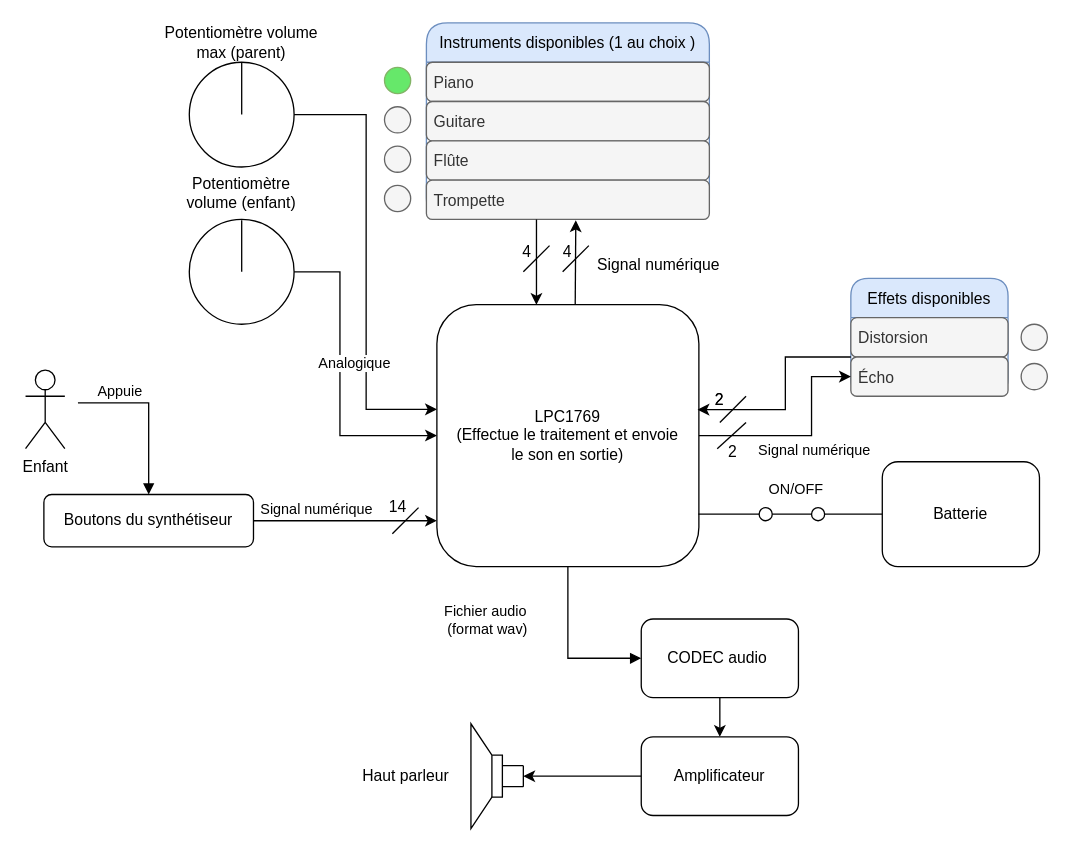
Above: Schemas/Schema_fonctionnel.drawio in Ithoh/ProjetSynthe (draw.io), before the change. Source tidied: cells renumbered, new cells numbered last; positions are measured from the earlier drawing's top-left corner, leaving out a move shared by most shapes. Both pictures are drawn from the tidied source at 131%, with x=0, y=0 at pixel (25, 22).
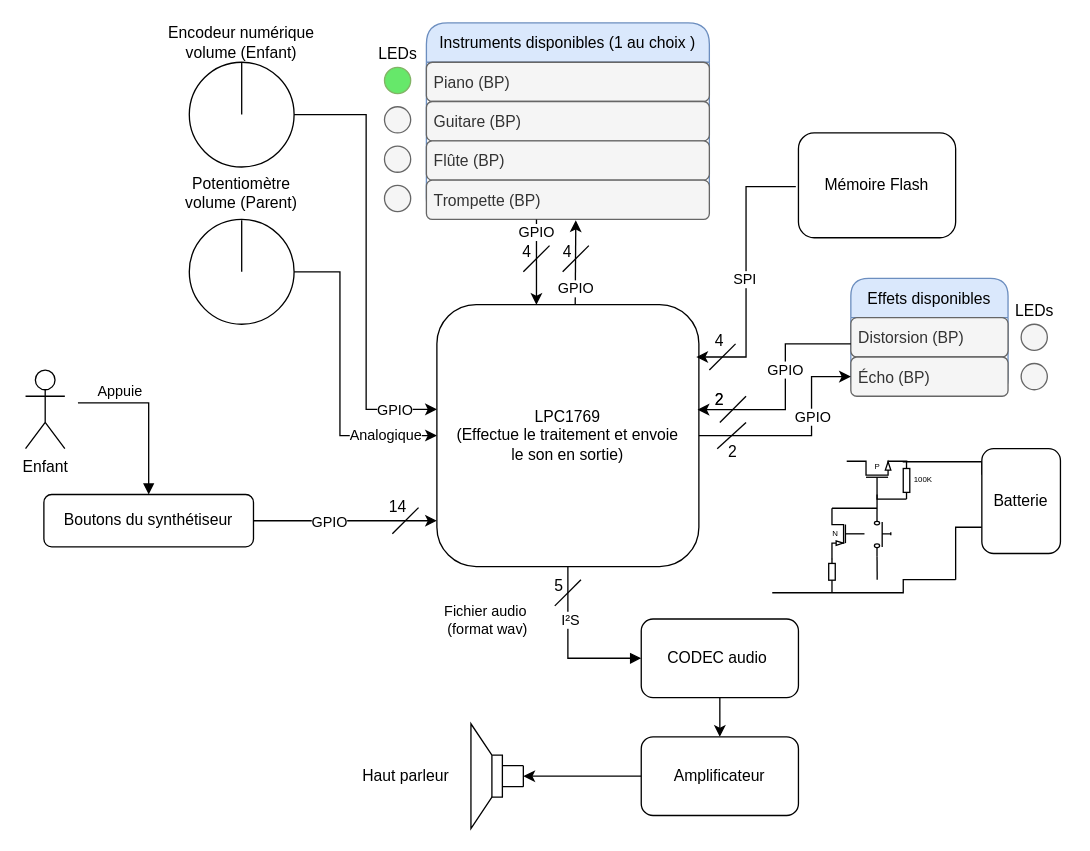
The same diagram, later.

Unchanged cells that the change refers to:
```xml
<mxCell id="2" style="edgeStyle=orthogonalEdgeStyle;rounded=0;jettySize=auto;html=1;" parent="1" edge="1" source="4">
  <mxGeometry relative="1" as="geometry">
    <mxPoint x="314" y="380" as="targetPoint" />
  </mxGeometry>
</mxCell>
<mxCell id="5" style="edgeStyle=orthogonalEdgeStyle;rounded=0;jettySize=auto;html=1;endArrow=block;endFill=1;" parent="1" edge="1" source="7">
  <mxGeometry relative="1" as="geometry">
    <mxPoint x="470" y="485" as="targetPoint" />
    <Array as="points">
      <mxPoint x="414" y="485" />
    </Array>
  </mxGeometry>
</mxCell>
<mxCell id="7" value="LPC1769&lt;br&gt;(Effectue le traitement et envoie&lt;br&gt;le son en sortie)" style="rounded=1;whiteSpace=wrap;html=1;align=center;" parent="1" vertex="1">
  <mxGeometry x="314" y="215" width="200" height="200" as="geometry" />
</mxCell>
<mxCell id="8" value="Instruments disponibles (1 au choix )" style="swimlane;fontStyle=0;horizontal=1;startSize=30;rounded=1;arcSize=18;fillColor=#dae8fc;strokeColor=#6c8ebf;" parent="1" vertex="1">
  <mxGeometry x="306" width="216" height="150" as="geometry" />
</mxCell>
<mxCell id="17" value="Effets disponibles" style="swimlane;fontStyle=0;horizontal=1;startSize=30;rounded=1;fillColor=#dae8fc;strokeColor=#6c8ebf;" parent="1" vertex="1">
  <mxGeometry x="630" y="195" width="120" height="90" as="geometry" />
</mxCell>
<mxCell id="32" style="edgeStyle=orthogonalEdgeStyle;rounded=0;jettySize=auto;html=1;" parent="1" edge="1" source="33">
  <mxGeometry relative="1" as="geometry">
    <mxPoint x="314" y="295" as="targetPoint" />
    <Array as="points">
      <mxPoint x="260" y="70" />
      <mxPoint x="260" y="295" />
      <mxPoint x="314" y="295" />
    </Array>
  </mxGeometry>
</mxCell>
<mxCell id="36" style="edgeStyle=orthogonalEdgeStyle;rounded=0;jettySize=auto;html=1;entryX=0;entryY=0.5;entryDx=0;entryDy=0;" parent="1" edge="1" source="38" target="7">
  <mxGeometry relative="1" as="geometry">
    <Array as="points">
      <mxPoint x="240" y="190" />
      <mxPoint x="240" y="315" />
    </Array>
  </mxGeometry>
</mxCell>
<mxCell id="43" style="endArrow=classic;html=1;rounded=0;exitX=0.528;exitY=0;exitDx=0;exitDy=0;exitPerimeter=0;entryX=0.528;entryY=1.022;entryDx=0;entryDy=0;entryPerimeter=0;" parent="1" edge="1" source="7" target="12">
  <mxGeometry relative="1" as="geometry" />
</mxCell>
<mxCell id="45" style="edgeStyle=orthogonalEdgeStyle;rounded=0;jettySize=auto;html=1;entryX=1;entryY=0.5;entryDx=0;entryDy=0;startArrow=classic;startFill=1;endArrow=none;endFill=0;" parent="1" edge="1" source="19" target="7">
  <mxGeometry relative="1" as="geometry">
    <Array as="points">
      <mxPoint x="600" y="270" />
      <mxPoint x="600" y="315" />
    </Array>
  </mxGeometry>
</mxCell>
<mxCell id="50" style="endArrow=classic;html=1;rounded=0;exitX=0.389;exitY=1.004;exitDx=0;exitDy=0;exitPerimeter=0;entryX=0.38;entryY=0.001;entryDx=0;entryDy=0;entryPerimeter=0;" parent="1" edge="1" source="12" target="7">
  <mxGeometry relative="1" as="geometry" />
</mxCell>
```

The edit, as a diff of the source:
```diff
@@
-    <mxCell id="3" value="Signal numérique" style="edgeLabel;html=1;align=center;verticalAlign=middle;" parent="2" vertex="1">
-      <mxGeometry x="-0.18" relative="1" as="geometry">
-        <mxPoint x="-11" y="-10" as="offset" />
-      </mxGeometry>
-    </mxCell>
+    <mxCell id="63" value="GPIO" style="edgeLabel;html=1;align=center;verticalAlign=middle;" parent="2" vertex="1">
+      <mxGeometry x="-0.19" relative="1" as="geometry" />
+    </mxCell>
@@
+    <mxCell id="64" value="I²S" style="edgeLabel;html=1;align=center;verticalAlign=middle;" parent="5" vertex="1">
+      <mxGeometry x="-0.37" y="1" relative="1" as="geometry" />
+    </mxCell>
@@
-    <mxCell id="9" value="Piano" style="text;strokeColor=#666666;fillColor=#f5f5f5;align=left;verticalAlign=middle;spacingLeft=4;spacingRight=4;overflow=hidden;rounded=1;fontColor=#333333;" parent="8" vertex="1">
+    <mxCell id="9" value="Piano (BP)" style="text;strokeColor=#666666;fillColor=#f5f5f5;align=left;verticalAlign=middle;spacingLeft=4;spacingRight=4;overflow=hidden;rounded=1;fontColor=#333333;" parent="8" vertex="1">
       <mxGeometry y="30" width="216" height="30" as="geometry" />
     </mxCell>
-    <mxCell id="10" value="Guitare" style="text;strokeColor=#666666;fillColor=#f5f5f5;align=left;verticalAlign=middle;spacingLeft=4;spacingRight=4;overflow=hidden;rounded=1;fontColor=#333333;" parent="8" vertex="1">
+    <mxCell id="10" value="Guitare (BP)" style="text;strokeColor=#666666;fillColor=#f5f5f5;align=left;verticalAlign=middle;spacingLeft=4;spacingRight=4;overflow=hidden;rounded=1;fontColor=#333333;" parent="8" vertex="1">
       <mxGeometry y="60" width="216" height="30" as="geometry" />
     </mxCell>
-    <mxCell id="11" value="Flûte" style="text;strokeColor=#666666;fillColor=#f5f5f5;align=left;verticalAlign=middle;spacingLeft=4;spacingRight=4;overflow=hidden;rounded=1;fontColor=#333333;" parent="8" vertex="1">
+    <mxCell id="11" value="Flûte (BP)" style="text;strokeColor=#666666;fillColor=#f5f5f5;align=left;verticalAlign=middle;spacingLeft=4;spacingRight=4;overflow=hidden;rounded=1;fontColor=#333333;" parent="8" vertex="1">
       <mxGeometry y="90" width="216" height="30" as="geometry" />
     </mxCell>
-    <mxCell id="12" value="Trompette" style="text;strokeColor=#666666;fillColor=#f5f5f5;align=left;verticalAlign=middle;spacingLeft=4;spacingRight=4;overflow=hidden;points=[[0,0.5],[1,0.5]];portConstraint=eastwest;rounded=1;fontColor=#333333;" parent="8" vertex="1">
+    <mxCell id="12" value="Trompette (BP)" style="text;strokeColor=#666666;fillColor=#f5f5f5;align=left;verticalAlign=middle;spacingLeft=4;spacingRight=4;overflow=hidden;points=[[0,0.5],[1,0.5]];portConstraint=eastwest;rounded=1;fontColor=#333333;" parent="8" vertex="1">
       <mxGeometry y="120" width="216" height="30" as="geometry" />
     </mxCell>
@@
-    <mxCell id="18" value="Distorsion" style="text;strokeColor=#666666;fillColor=#f5f5f5;align=left;verticalAlign=middle;spacingLeft=4;spacingRight=4;overflow=hidden;points=[[0,0.5],[1,0.5]];portConstraint=eastwest;rounded=1;fontColor=#333333;" parent="17" vertex="1">
+    <mxCell id="18" value="Distorsion (BP)" style="text;strokeColor=#666666;fillColor=#f5f5f5;align=left;verticalAlign=middle;spacingLeft=4;spacingRight=4;overflow=hidden;points=[[0,0.5],[1,0.5]];portConstraint=eastwest;rounded=1;fontColor=#333333;" parent="17" vertex="1">
       <mxGeometry y="30" width="120" height="30" as="geometry" />
     </mxCell>
-    <mxCell id="19" value="Écho" style="text;strokeColor=#666666;fillColor=#f5f5f5;align=left;verticalAlign=middle;spacingLeft=4;spacingRight=4;overflow=hidden;points=[[0,0.5],[1,0.5]];portConstraint=eastwest;rounded=1;fontColor=#333333;" parent="17" vertex="1">
+    <mxCell id="19" value="Écho (BP)" style="text;strokeColor=#666666;fillColor=#f5f5f5;align=left;verticalAlign=middle;spacingLeft=4;spacingRight=4;overflow=hidden;points=[[0,0.5],[1,0.5]];portConstraint=eastwest;rounded=1;fontColor=#333333;" parent="17" vertex="1">
       <mxGeometry y="60" width="120" height="30" as="geometry" />
     </mxCell>
@@
-    <mxCell id="22" style="edgeStyle=orthogonalEdgeStyle;rounded=0;jettySize=auto;html=1;entryX=0.998;entryY=0.8;entryDx=0;entryDy=0;entryPerimeter=0;endArrow=none;endFill=0;" parent="1" edge="1" source="24" target="7">
-      <mxGeometry relative="1" as="geometry" />
-    </mxCell>
-    <mxCell id="23" value="ON/OFF" style="edgeLabel;html=1;align=center;verticalAlign=middle;" parent="22" vertex="1">
-      <mxGeometry x="-0.05" relative="1" as="geometry">
-        <mxPoint y="-20" as="offset" />
-      </mxGeometry>
-    </mxCell>
+    <mxCell id="65" style="edgeStyle=orthogonalEdgeStyle;rounded=0;jettySize=auto;html=1;exitX=0;exitY=0.25;exitDx=0;exitDy=0;entryX=1;entryY=0;entryDx=0;entryDy=0;entryPerimeter=0;endArrow=none;endFill=0;" parent="1" edge="1" source="24">
+      <mxGeometry relative="1" as="geometry">
+        <mxPoint x="669.6" y="335" as="targetPoint" />
+        <Array as="points">
+          <mxPoint x="730" y="335" />
+        </Array>
+      </mxGeometry>
+    </mxCell>
+    <mxCell id="66" style="edgeStyle=orthogonalEdgeStyle;rounded=0;jettySize=auto;html=1;exitX=0;exitY=0.75;exitDx=0;exitDy=0;fontSize=6;endArrow=none;endFill=0;" parent="1" edge="1" source="24">
+      <mxGeometry relative="1" as="geometry">
+        <mxPoint x="710" y="425" as="targetPoint" />
+      </mxGeometry>
+    </mxCell>
     <mxCell id="24" value="Batterie" style="rounded=1;whiteSpace=wrap;html=1;" parent="1" vertex="1">
-      <mxGeometry x="654" y="335" width="120" height="80" as="geometry" />
+      <mxGeometry x="730" y="325" width="60" height="80" as="geometry" />
     </mxCell>
-    <mxCell id="25" style="ellipse;whiteSpace=wrap;html=1;rounded=1;shadow=0;sketch=0;" parent="1" vertex="1">
-      <mxGeometry x="560" y="370" width="10" height="10" as="geometry" />
-    </mxCell>
-    <mxCell id="26" style="ellipse;whiteSpace=wrap;html=1;rounded=1;shadow=0;sketch=0;" parent="1" vertex="1">
-      <mxGeometry x="600" y="370" width="10" height="10" as="geometry" />
-    </mxCell>
@@
+    <mxCell id="67" value="GPIO" style="edgeLabel;html=1;align=center;verticalAlign=middle;" parent="32" vertex="1">
+      <mxGeometry x="0.8" relative="1" as="geometry" />
+    </mxCell>
@@
-    <mxCell id="35" value="Potentiomètre volume max (parent)" style="text;html=1;strokeColor=none;fillColor=none;align=center;verticalAlign=middle;whiteSpace=wrap;rounded=0;" parent="1" vertex="1">
+    <mxCell id="35" value="Encodeur numérique volume (Enfant)" style="text;html=1;strokeColor=none;fillColor=none;align=center;verticalAlign=middle;whiteSpace=wrap;rounded=0;" parent="1" vertex="1">
       <mxGeometry x="100" width="130" height="30" as="geometry" />
     </mxCell>
@@
     <mxCell id="37" value="Analogique" style="edgeLabel;html=1;align=center;verticalAlign=middle;" parent="36" vertex="1">
       <mxGeometry x="-0.1" y="-1" relative="1" as="geometry">
-        <mxPoint x="11" y="-1" as="offset" />
+        <mxPoint x="35" y="54" as="offset" />
       </mxGeometry>
     </mxCell>
@@
-    <mxCell id="40" value="Potentiomètre volume (enfant)" style="text;html=1;strokeColor=none;fillColor=none;align=center;verticalAlign=middle;whiteSpace=wrap;rounded=0;" parent="1" vertex="1">
+    <mxCell id="40" value="Potentiomètre volume (Parent)" style="text;html=1;strokeColor=none;fillColor=none;align=center;verticalAlign=middle;whiteSpace=wrap;rounded=0;" parent="1" vertex="1">
       <mxGeometry x="120" y="115" width="90" height="30" as="geometry" />
     </mxCell>
@@
+    <mxCell id="68" value="GPIO" style="edgeLabel;html=1;align=center;verticalAlign=middle;" parent="43" vertex="1">
+      <mxGeometry x="-0.6" relative="1" as="geometry" />
+    </mxCell>
@@
-    <mxCell id="46" value="Signal numérique" style="edgeLabel;html=1;align=center;verticalAlign=middle;" parent="45" vertex="1">
-      <mxGeometry x="0.52" relative="1" as="geometry">
-        <mxPoint x="48" y="10" as="offset" />
-      </mxGeometry>
-    </mxCell>
+    <mxCell id="69" value="GPIO" style="edgeLabel;html=1;align=center;verticalAlign=middle;" parent="45" vertex="1">
+      <mxGeometry x="-0.26" relative="1" as="geometry" />
+    </mxCell>
     <mxCell id="47" style="edgeStyle=orthogonalEdgeStyle;rounded=0;jettySize=auto;html=1;entryX=0.995;entryY=0.401;entryDx=0;entryDy=0;entryPerimeter=0;" parent="1" edge="1" source="18" target="7">
       <mxGeometry relative="1" as="geometry">
         <Array as="points">
-          <mxPoint x="580" y="255" />
+          <mxPoint x="580" y="245" />
           <mxPoint x="580" y="295" />
         </Array>
       </mxGeometry>
     </mxCell>
+    <mxCell id="70" value="GPIO" style="edgeLabel;html=1;align=center;verticalAlign=middle;" parent="47" vertex="1">
+      <mxGeometry x="-0.18" y="-1" relative="1" as="geometry" />
+    </mxCell>
@@
+    <mxCell id="71" value="GPIO" style="edgeLabel;html=1;align=center;verticalAlign=middle;" parent="50" vertex="1">
+      <mxGeometry x="-0.72" y="-1" relative="1" as="geometry" />
+    </mxCell>
@@
-    <mxCell id="52" value="Signal numérique" style="text;html=1;align=center;verticalAlign=middle;strokeColor=none;fillColor=none;" parent="1" vertex="1">
-      <mxGeometry x="428" y="175" width="110" height="20" as="geometry" />
-    </mxCell>
@@
+    <mxCell id="72" style="endArrow=none;html=1;rounded=0;" parent="1" edge="1">
+      <mxGeometry relative="1" as="geometry">
+        <mxPoint x="404" y="445" as="sourcePoint" />
+        <mxPoint x="424" y="425" as="targetPoint" />
+      </mxGeometry>
+    </mxCell>
+    <mxCell id="73" value="5" style="text;html=1;strokeColor=none;fillColor=none;align=center;verticalAlign=middle;whiteSpace=wrap;rounded=0;" parent="1" vertex="1">
+      <mxGeometry x="404" y="425" width="7" height="10" as="geometry" />
+    </mxCell>
+    <mxCell id="74" style="edgeStyle=orthogonalEdgeStyle;rounded=0;orthogonalLoop=1;jettySize=auto;html=1;" parent="1" edge="1">
+      <mxGeometry relative="1" as="geometry">
+        <mxPoint x="588" y="125" as="sourcePoint" />
+        <mxPoint x="512" y="255" as="targetPoint" />
+        <Array as="points">
+          <mxPoint x="550" y="125" />
+          <mxPoint x="550" y="255" />
+          <mxPoint x="512" y="255" />
+        </Array>
+      </mxGeometry>
+    </mxCell>
+    <mxCell id="75" value="SPI" style="edgeLabel;html=1;align=center;verticalAlign=middle;" parent="74" vertex="1">
+      <mxGeometry x="0.11" y="3" relative="1" as="geometry">
+        <mxPoint x="-5" y="-6" as="offset" />
+      </mxGeometry>
+    </mxCell>
+    <mxCell id="76" value="Mémoire Flash" style="rounded=1;whiteSpace=wrap;html=1;" parent="1" vertex="1">
+      <mxGeometry x="590" y="84" width="120" height="80" as="geometry" />
+    </mxCell>
+    <mxCell id="77" value="LEDs" style="text;html=1;align=center;verticalAlign=middle;strokeColor=none;fillColor=none;" parent="1" vertex="1">
+      <mxGeometry x="259" y="14" width="50" height="20" as="geometry" />
+    </mxCell>
+    <mxCell id="78" value="LEDs" style="text;html=1;align=center;verticalAlign=middle;strokeColor=none;fillColor=none;" parent="1" vertex="1">
+      <mxGeometry x="745" y="210" width="50" height="20" as="geometry" />
+    </mxCell>
+    <mxCell id="79" style="endArrow=none;html=1;rounded=0;" parent="1" edge="1">
+      <mxGeometry relative="1" as="geometry">
+        <mxPoint x="522" y="265" as="sourcePoint" />
+        <mxPoint x="542" y="245" as="targetPoint" />
+      </mxGeometry>
+    </mxCell>
+    <mxCell id="80" value="4" style="text;html=1;strokeColor=none;fillColor=none;align=center;verticalAlign=middle;whiteSpace=wrap;rounded=0;" parent="1" vertex="1">
+      <mxGeometry x="525" y="235" width="10" height="15" as="geometry" />
+    </mxCell>
+    <mxCell id="81" style="edgeStyle=orthogonalEdgeStyle;rounded=0;jettySize=auto;html=1;exitX=1;exitY=0.5;exitDx=0;exitDy=0;exitPerimeter=0;fontSize=6;endArrow=none;endFill=0;" parent="1" edge="1" source="82">
+      <mxGeometry relative="1" as="geometry">
+        <mxPoint x="650" y="363.5" as="targetPoint" />
+      </mxGeometry>
+    </mxCell>
+    <mxCell id="82" style="verticalLabelPosition=bottom;shadow=0;dashed=0;align=center;html=1;verticalAlign=top;shape=mxgraph.electrical.resistors.resistor_1;fontSize=6;direction=south;" parent="1" vertex="1">
+      <mxGeometry x="670" y="335" width="5" height="28.5" as="geometry" />
+    </mxCell>
+    <mxCell id="83" style="edgeStyle=orthogonalEdgeStyle;rounded=0;jettySize=auto;html=1;exitX=0;exitY=0.84;exitDx=0;exitDy=0;exitPerimeter=0;entryX=0;entryY=0.5;entryDx=0;entryDy=0;entryPerimeter=0;fontSize=6;endArrow=none;endFill=0;" parent="1" edge="1" source="85">
+      <mxGeometry relative="1" as="geometry">
+        <mxPoint x="650" y="360" as="targetPoint" />
+      </mxGeometry>
+    </mxCell>
+    <mxCell id="84" style="edgeStyle=orthogonalEdgeStyle;rounded=0;jettySize=auto;html=1;exitX=1;exitY=0.84;exitDx=0;exitDy=0;exitPerimeter=0;fontSize=6;endArrow=none;endFill=0;" parent="1" edge="1" source="85">
+      <mxGeometry relative="1" as="geometry">
+        <mxPoint x="650.1" y="425" as="targetPoint" />
+      </mxGeometry>
+    </mxCell>
+    <mxCell id="85" style="verticalLabelPosition=bottom;shadow=0;dashed=0;align=center;html=1;verticalAlign=top;shape=mxgraph.electrical.electro-mechanical.push_switch_no;fontSize=6;direction=south;" parent="1" vertex="1">
+      <mxGeometry x="648" y="372.5" width="12.5" height="35" as="geometry" />
+    </mxCell>
+    <mxCell id="86" value="100K" style="text;html=1;align=center;verticalAlign=middle;strokeColor=none;fillColor=none;fontSize=6;" parent="1" vertex="1">
+      <mxGeometry x="670" y="344.2" width="30" height="10" as="geometry" />
+    </mxCell>
+    <mxCell id="87" style="verticalLabelPosition=bottom;shadow=0;dashed=0;align=center;html=1;verticalAlign=top;shape=mxgraph.electrical.transistors.nmos;fontSize=6;rotation=-90;" parent="1" vertex="1">
+      <mxGeometry x="632.1" y="326.2" width="35.8" height="46.3" as="geometry" />
+    </mxCell>
+    <mxCell id="88" style="edgeStyle=orthogonalEdgeStyle;rounded=0;jettySize=auto;html=1;exitX=1;exitY=1;exitDx=0;exitDy=0;exitPerimeter=0;fontSize=6;endArrow=none;endFill=0;" parent="1" edge="1" source="89">
+      <mxGeometry relative="1" as="geometry">
+        <mxPoint x="650" y="370.6" as="targetPoint" />
+      </mxGeometry>
+    </mxCell>
+    <mxCell id="89" style="verticalLabelPosition=bottom;shadow=0;dashed=0;align=center;html=1;verticalAlign=top;shape=mxgraph.electrical.transistors.pmos;fontSize=6;flipV=1;flipH=1;" parent="1" vertex="1">
+      <mxGeometry x="608" y="370.5" width="40" height="39" as="geometry" />
+    </mxCell>
+    <mxCell id="90" style="endArrow=none;html=1;rounded=0;fontSize=6;" parent="1" edge="1">
+      <mxGeometry relative="1" as="geometry">
+        <mxPoint x="570" y="435" as="sourcePoint" />
+        <mxPoint x="710" y="425" as="targetPoint" />
+        <Array as="points">
+          <mxPoint x="640" y="435" />
+          <mxPoint x="670" y="435" />
+          <mxPoint x="670" y="425" />
+        </Array>
+      </mxGeometry>
+    </mxCell>
+    <mxCell id="91" style="edgeStyle=orthogonalEdgeStyle;rounded=0;jettySize=auto;html=1;exitX=1;exitY=0.5;exitDx=0;exitDy=0;exitPerimeter=0;fontSize=6;endArrow=none;endFill=0;" parent="1" edge="1" source="92">
+      <mxGeometry relative="1" as="geometry">
+        <mxPoint x="615.6" y="435" as="targetPoint" />
+      </mxGeometry>
+    </mxCell>
+    <mxCell id="92" style="verticalLabelPosition=bottom;shadow=0;dashed=0;align=center;html=1;verticalAlign=top;shape=mxgraph.electrical.resistors.resistor_1;fontSize=6;direction=south;" parent="1" vertex="1">
+      <mxGeometry x="613.1" y="409" width="5" height="20" as="geometry" />
+    </mxCell>
+    <mxCell id="93" value="P" style="text;html=1;align=center;verticalAlign=middle;strokeColor=none;fillColor=none;fontSize=6;" parent="1" vertex="1">
+      <mxGeometry x="640" y="334.2" width="20" height="10" as="geometry" />
+    </mxCell>
+    <mxCell id="94" value="N" style="text;html=1;align=center;verticalAlign=middle;strokeColor=none;fillColor=none;fontSize=6;" parent="1" vertex="1">
+      <mxGeometry x="608" y="385" width="20" height="10" as="geometry" />
+    </mxCell>
```
